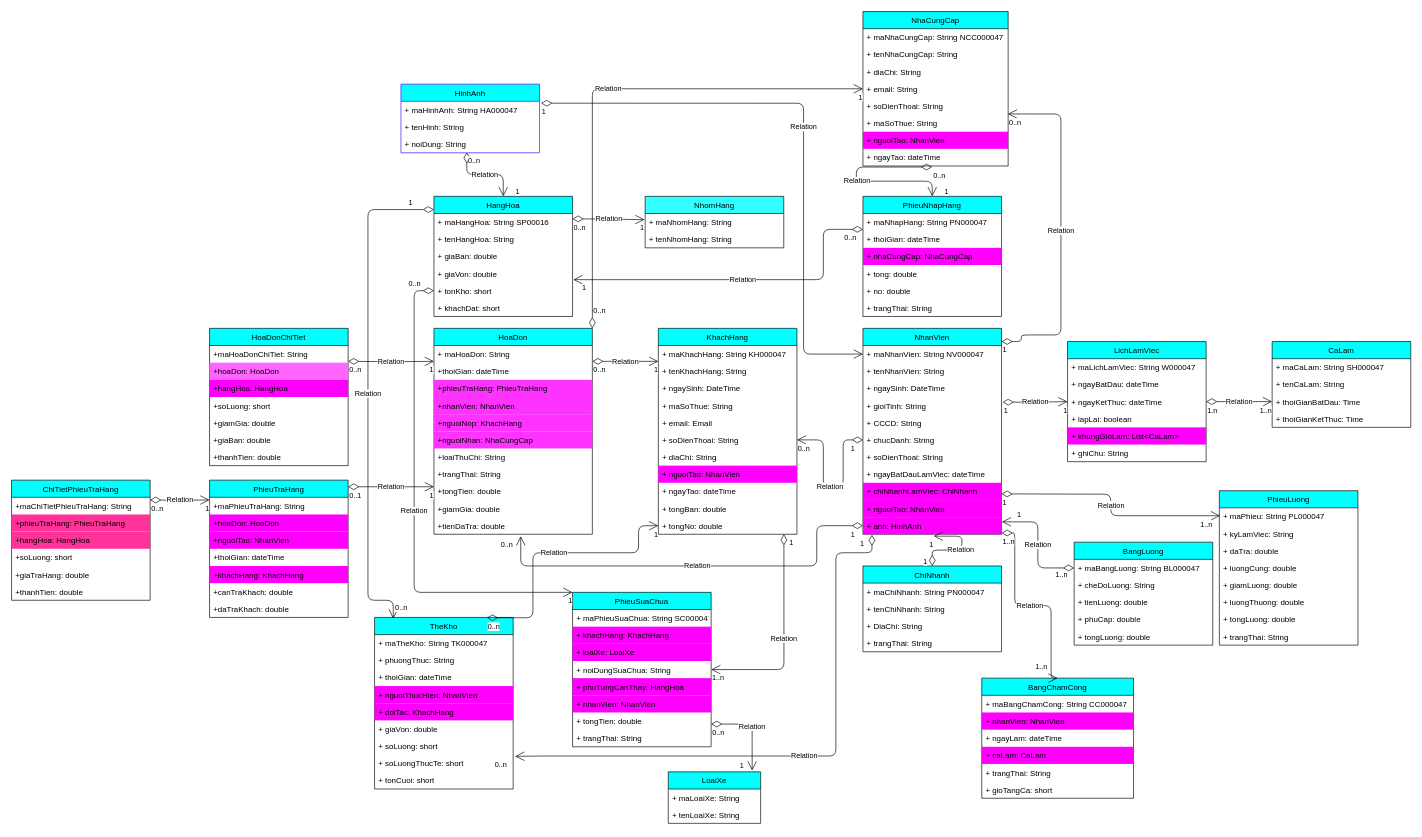
VoVanDuc20110635/GarageOto_JavaSwingAnt keeps this draw.io diagram as classDiagram.drawio. Above is the earlier version. Source tidied: cells renumbered, new cells numbered last; positions are measured from the earlier drawing's top-left corner, leaving out a move shared by most shapes. Both pictures are drawn from the tidied source at 66%, with x=0, y=0 at pixel (11, 11).
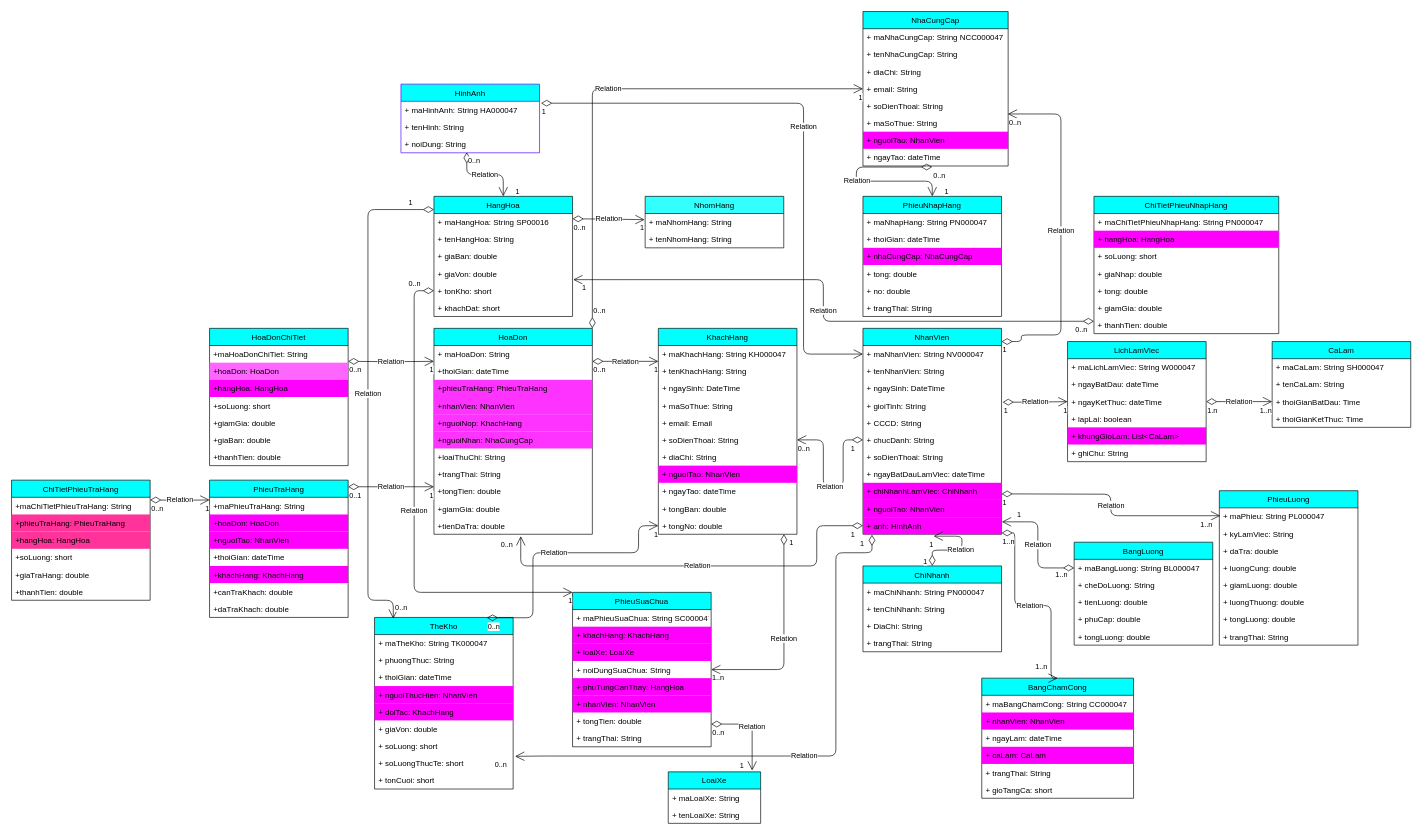
The same page after the edit.

The change refers to these unchanged cells:
```xml
<mxCell id="6" value="+ giaVon: double" style="text;strokeColor=none;fillColor=none;align=left;verticalAlign=top;spacingLeft=4;spacingRight=4;overflow=hidden;points=[[0,0.5],[1,0.5]];portConstraint=eastwest;" parent="2" vertex="1">
  <mxGeometry y="104" width="210" height="26" as="geometry" />
</mxCell>
```

The edit, as a diff of the source:
```diff
@@
-    <mxCell id="78" value="Relation" style="endArrow=open;html=1;endSize=12;startArrow=diamondThin;startSize=14;startFill=0;edgeStyle=orthogonalEdgeStyle;entryX=1.005;entryY=0.855;entryDx=0;entryDy=0;entryPerimeter=0;" parent="1" edge="1" target="6">
+    <mxCell id="78" value="Relation" style="endArrow=open;html=1;endSize=12;startArrow=diamondThin;startSize=14;startFill=0;edgeStyle=orthogonalEdgeStyle;entryX=1.005;entryY=0.855;entryDx=0;entryDy=0;entryPerimeter=0;exitX=0;exitY=0.28;exitDx=0;exitDy=0;exitPerimeter=0;" parent="1" edge="1" source="234" target="6">
       <mxGeometry relative="1" as="geometry">
-        <mxPoint x="1290" y="330" as="sourcePoint" />
         <Array as="points">
-          <mxPoint x="1230" y="330" />
+          <mxPoint x="1230" y="469" />
           <mxPoint x="1230" y="406" />
         </Array>
       </mxGeometry>
     </mxCell>
@@
+    <mxCell id="227" value="ChiTietPhieuNhapHang" style="swimlane;fontStyle=0;horizontal=1;startSize=26;fillColor=#00FFFF;" parent="1" vertex="1">
+      <mxGeometry x="1640" y="280" width="280" height="208" as="geometry" />
+    </mxCell>
+    <mxCell id="228" value="+ maChiTietPhieuNhapHang: String PN000047" style="text;strokeColor=none;fillColor=none;align=left;verticalAlign=top;spacingLeft=4;spacingRight=4;overflow=hidden;" parent="227" vertex="1">
+      <mxGeometry y="26" width="280" height="26" as="geometry" />
+    </mxCell>
+    <mxCell id="229" value="+ hangHoa: HangHoa" style="text;strokeColor=none;fillColor=#FF00FF;align=left;verticalAlign=top;spacingLeft=4;spacingRight=4;overflow=hidden;" parent="227" vertex="1">
+      <mxGeometry y="52" width="280" height="26" as="geometry" />
+    </mxCell>
+    <mxCell id="230" value="+ soLuong: short" style="text;strokeColor=none;fillColor=none;align=left;verticalAlign=top;spacingLeft=4;spacingRight=4;overflow=hidden;" parent="227" vertex="1">
+      <mxGeometry y="78" width="280" height="26" as="geometry" />
+    </mxCell>
+    <mxCell id="231" value="+ giaNhap: double" style="text;strokeColor=none;fillColor=none;align=left;verticalAlign=top;spacingLeft=4;spacingRight=4;overflow=hidden;" parent="227" vertex="1">
+      <mxGeometry y="104" width="280" height="26" as="geometry" />
+    </mxCell>
+    <mxCell id="232" value="+ tong: double" style="text;strokeColor=none;fillColor=none;align=left;verticalAlign=top;spacingLeft=4;spacingRight=4;overflow=hidden;" parent="227" vertex="1">
+      <mxGeometry y="130" width="280" height="26" as="geometry" />
+    </mxCell>
+    <mxCell id="233" value="+ giamGia: double" style="text;strokeColor=none;fillColor=none;align=left;verticalAlign=top;spacingLeft=4;spacingRight=4;overflow=hidden;" parent="227" vertex="1">
+      <mxGeometry y="156" width="280" height="26" as="geometry" />
+    </mxCell>
+    <mxCell id="234" value="+ thanhTien: double" style="text;strokeColor=none;fillColor=none;align=left;verticalAlign=top;spacingLeft=4;spacingRight=4;overflow=hidden;points=[[0,0.5],[1,0.5]];portConstraint=eastwest;" parent="227" vertex="1">
+      <mxGeometry y="182" width="280" height="26" as="geometry" />
+    </mxCell>
```
